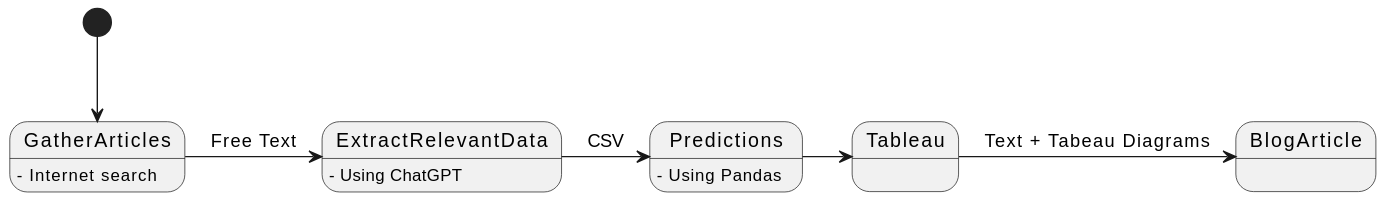
This is ThePlan.svg from Czechitas-DA-Green-is-Good/Hackathon, a PlantUML export, as it was before one commit.
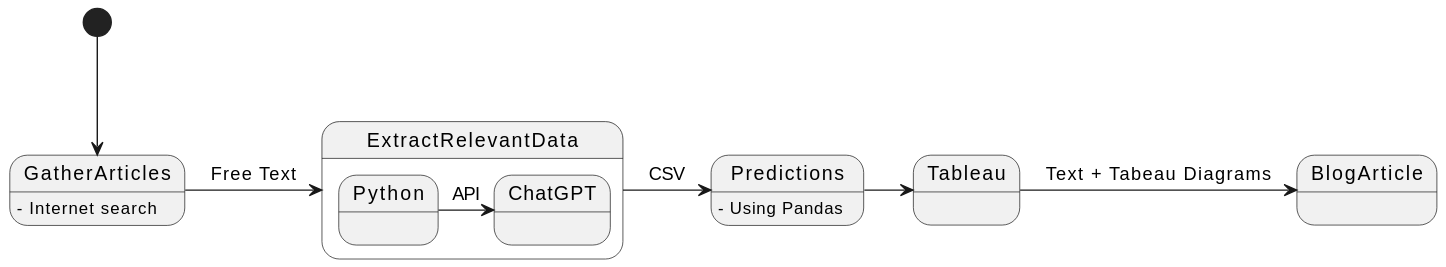
The same diagram one commit later.

Commit message:
python / chatGPT automation

Change to the diagram source:
```diff
@@ -2,8 +2,13 @@
 [*] --> GatherArticles
 GatherArticles -> ExtractRelevantData : Free Text
 GatherArticles : - Internet search
-ExtractRelevantData : - Using ChatGPT
 ExtractRelevantData -> Predictions : CSV
+
+state ExtractRelevantData {
+  Python -> ChatGPT : API
+}
+
+
 Predictions : - Using Pandas
 Predictions -> Tableau
 Tableau -> BlogArticle : Text + Tabeau Diagrams
```
